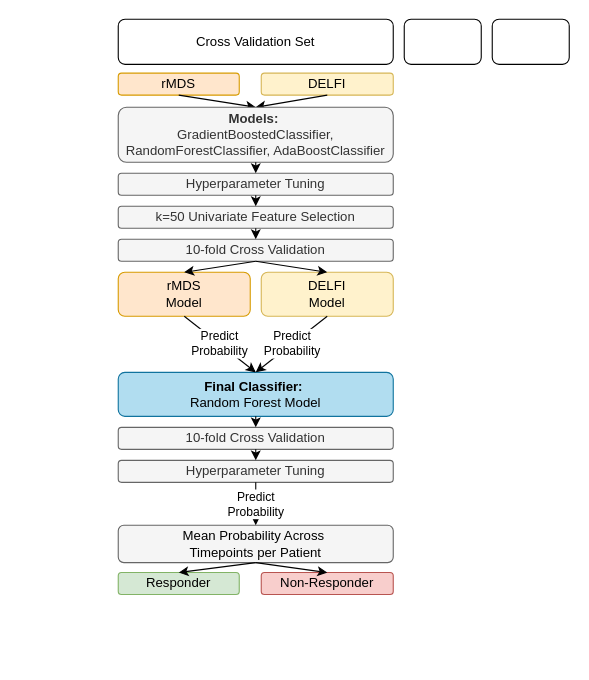
The draw.io diagram epifluidlab/F3A.drawio in bananasrlowkeygood/bananasrlowkeygood.github.io, before the edit. Source tidied: cells renumbered, new cells numbered last; positions are measured from the earlier drawing's top-left corner, leaving out a move shared by most shapes. Both pictures are drawn from the tidied source at 110%, with x=0, y=0 at pixel (118, 19).
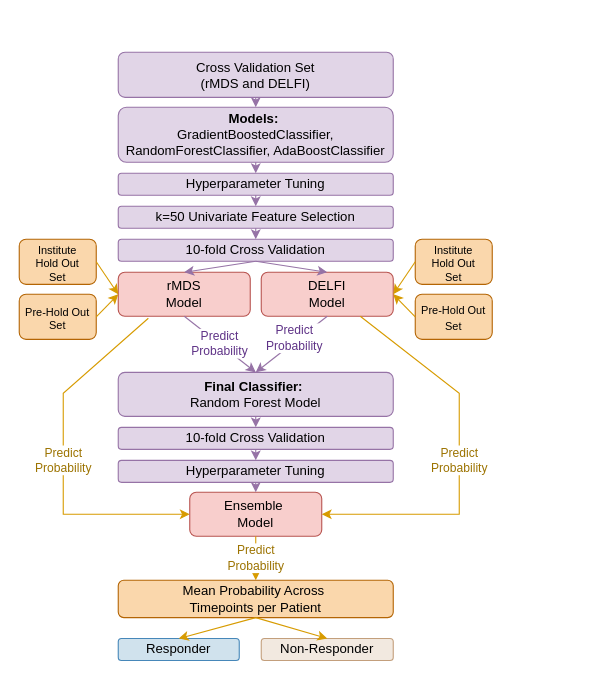
The same page after the edit.

Change to the diagram source:
```diff
@@
-    <mxCell id="2" value="rMDS" style="rounded=1;whiteSpace=wrap;html=1;fillColor=#ffe6cc;strokeColor=#d79b00;" parent="1" vertex="1">
-      <mxGeometry y="49" width="110" height="20" as="geometry" />
-    </mxCell>
-    <mxCell id="3" value="DELFI" style="rounded=1;whiteSpace=wrap;html=1;fillColor=#fff2cc;strokeColor=#d6b656;" parent="1" vertex="1">
-      <mxGeometry x="130" y="49" width="120" height="20" as="geometry" />
-    </mxCell>
-    <mxCell id="4" style="endArrow=classic;html=1;rounded=0;exitX=0.5;exitY=1;exitDx=0;exitDy=0;entryX=0.5;entryY=0;entryDx=0;entryDy=0;" parent="1" edge="1" source="2" target="6">
+    <mxCell id="4" style="endArrow=classic;html=1;rounded=0;exitX=0.5;exitY=1;exitDx=0;exitDy=0;entryX=0.5;entryY=0;entryDx=0;entryDy=0;fillColor=#e1d5e7;strokeColor=#9673a6;" parent="1" edge="1" source="30" target="6">
       <mxGeometry relative="1" as="geometry" />
     </mxCell>
-    <mxCell id="5" style="endArrow=classic;html=1;rounded=0;exitX=0.5;exitY=1;exitDx=0;exitDy=0;entryX=0.5;entryY=0;entryDx=0;entryDy=0;" parent="1" edge="1" source="3" target="6">
-      <mxGeometry relative="1" as="geometry" />
-    </mxCell>
-    <mxCell id="6" value="&lt;b&gt;Models:&amp;nbsp;&lt;/b&gt;&lt;div&gt;GradientBoostedClassifier, RandomForestClassifier, AdaBoostClassifier&lt;/div&gt;" style="rounded=1;whiteSpace=wrap;html=1;fillColor=#f5f5f5;fontColor=#333333;strokeColor=#666666;" parent="1" vertex="1">
+    <mxCell id="6" value="&lt;b&gt;Models:&amp;nbsp;&lt;/b&gt;&lt;div&gt;GradientBoostedClassifier, RandomForestClassifier, AdaBoostClassifier&lt;/div&gt;" style="rounded=1;whiteSpace=wrap;html=1;fillColor=#e1d5e7;strokeColor=#9673a6;" parent="1" vertex="1">
       <mxGeometry y="80" width="250" height="50" as="geometry" />
     </mxCell>
-    <mxCell id="7" value="Hyperparameter Tuning" style="rounded=1;whiteSpace=wrap;html=1;fillColor=#f5f5f5;fontColor=#333333;strokeColor=#666666;" parent="1" vertex="1">
+    <mxCell id="7" value="Hyperparameter Tuning" style="rounded=1;whiteSpace=wrap;html=1;fillColor=#e1d5e7;strokeColor=#9673a6;" parent="1" vertex="1">
       <mxGeometry y="140" width="250" height="20" as="geometry" />
     </mxCell>
-    <mxCell id="8" value="k=50 Univariate Feature Selection" style="rounded=1;whiteSpace=wrap;html=1;fillColor=#f5f5f5;fontColor=#333333;strokeColor=#666666;" parent="1" vertex="1">
+    <mxCell id="8" value="k=50 Univariate Feature Selection" style="rounded=1;whiteSpace=wrap;html=1;fillColor=#e1d5e7;strokeColor=#9673a6;" parent="1" vertex="1">
       <mxGeometry y="170" width="250" height="20" as="geometry" />
     </mxCell>
-    <mxCell id="9" value="10-fold Cross Validation" style="rounded=1;whiteSpace=wrap;html=1;fillColor=#f5f5f5;fontColor=#333333;strokeColor=#666666;" parent="1" vertex="1">
+    <mxCell id="9" value="10-fold Cross Validation" style="rounded=1;whiteSpace=wrap;html=1;fillColor=#e1d5e7;strokeColor=#9673a6;" parent="1" vertex="1">
       <mxGeometry y="200" width="250" height="20" as="geometry" />
     </mxCell>
-    <mxCell id="10" value="DELFI&lt;div&gt;Model&lt;/div&gt;" style="rounded=1;whiteSpace=wrap;html=1;fillColor=#fff2cc;strokeColor=#d6b656;" parent="1" vertex="1">
+    <mxCell id="10" value="DELFI&lt;div&gt;Model&lt;/div&gt;" style="rounded=1;whiteSpace=wrap;html=1;fillColor=#f8cecc;strokeColor=#b85450;" parent="1" vertex="1">
       <mxGeometry x="130" y="230" width="120" height="40" as="geometry" />
     </mxCell>
-    <mxCell id="11" value="rMDS&lt;div&gt;Model&lt;/div&gt;" style="rounded=1;whiteSpace=wrap;html=1;fillColor=#ffe6cc;strokeColor=#d79b00;" parent="1" vertex="1">
+    <mxCell id="11" value="rMDS&lt;div&gt;Model&lt;/div&gt;" style="rounded=1;whiteSpace=wrap;html=1;fillColor=#f8cecc;strokeColor=#b85450;" parent="1" vertex="1">
       <mxGeometry y="230" width="120" height="40" as="geometry" />
     </mxCell>
-    <mxCell id="12" style="endArrow=classic;html=1;rounded=0;exitX=0.5;exitY=1;exitDx=0;exitDy=0;entryX=0.5;entryY=0;entryDx=0;entryDy=0;" parent="1" edge="1" source="9" target="11">
+    <mxCell id="12" style="endArrow=classic;html=1;rounded=0;exitX=0.5;exitY=1;exitDx=0;exitDy=0;entryX=0.5;entryY=0;entryDx=0;entryDy=0;fillColor=#e1d5e7;strokeColor=#9673a6;" parent="1" edge="1" source="9" target="11">
       <mxGeometry relative="1" as="geometry" />
     </mxCell>
-    <mxCell id="13" style="endArrow=classic;html=1;rounded=0;exitX=0.5;exitY=1;exitDx=0;exitDy=0;entryX=0.5;entryY=0;entryDx=0;entryDy=0;" parent="1" edge="1" source="9" target="10">
+    <mxCell id="13" style="endArrow=classic;html=1;rounded=0;exitX=0.5;exitY=1;exitDx=0;exitDy=0;entryX=0.5;entryY=0;entryDx=0;entryDy=0;fillColor=#e1d5e7;strokeColor=#9673a6;" parent="1" edge="1" source="9" target="10">
       <mxGeometry relative="1" as="geometry" />
     </mxCell>
-    <mxCell id="14" value="&lt;b&gt;Final Classifier:&lt;/b&gt;&amp;nbsp;&lt;div&gt;Random Forest Model&lt;/div&gt;" style="rounded=1;whiteSpace=wrap;html=1;fillColor=#b1ddf0;strokeColor=#10739e;" parent="1" vertex="1">
+    <mxCell id="14" value="&lt;b&gt;Final Classifier:&lt;/b&gt;&amp;nbsp;&lt;div&gt;Random Forest Model&lt;/div&gt;" style="rounded=1;whiteSpace=wrap;html=1;fillColor=#e1d5e7;strokeColor=#9673a6;" parent="1" vertex="1">
       <mxGeometry y="321" width="250" height="40" as="geometry" />
     </mxCell>
-    <mxCell id="15" value="Hyperparameter Tuning" style="rounded=1;whiteSpace=wrap;html=1;fillColor=#f5f5f5;fontColor=#333333;strokeColor=#666666;" parent="1" vertex="1">
+    <mxCell id="15" value="Hyperparameter Tuning" style="rounded=1;whiteSpace=wrap;html=1;fillColor=#e1d5e7;strokeColor=#9673a6;" parent="1" vertex="1">
       <mxGeometry y="401" width="250" height="20" as="geometry" />
     </mxCell>
-    <mxCell id="16" value="10-fold Cross Validation" style="rounded=1;whiteSpace=wrap;html=1;fillColor=#f5f5f5;fontColor=#333333;strokeColor=#666666;" parent="1" vertex="1">
+    <mxCell id="16" value="10-fold Cross Validation" style="rounded=1;whiteSpace=wrap;html=1;fillColor=#e1d5e7;strokeColor=#9673a6;" parent="1" vertex="1">
       <mxGeometry y="371" width="250" height="20" as="geometry" />
     </mxCell>
-    <mxCell id="17" style="endArrow=classic;html=1;rounded=0;exitX=0.5;exitY=1;exitDx=0;exitDy=0;entryX=0.5;entryY=0;entryDx=0;entryDy=0;" parent="1" edge="1" source="6" target="7">
+    <mxCell id="17" style="endArrow=classic;html=1;rounded=0;exitX=0.5;exitY=1;exitDx=0;exitDy=0;entryX=0.5;entryY=0;entryDx=0;entryDy=0;fillColor=#e1d5e7;strokeColor=#9673a6;" parent="1" edge="1" source="6" target="7">
       <mxGeometry relative="1" as="geometry" />
     </mxCell>
-    <mxCell id="18" style="endArrow=classic;html=1;rounded=0;exitX=0.5;exitY=1;exitDx=0;exitDy=0;entryX=0.5;entryY=0;entryDx=0;entryDy=0;" parent="1" edge="1" source="7" target="8">
+    <mxCell id="18" style="endArrow=classic;html=1;rounded=0;exitX=0.5;exitY=1;exitDx=0;exitDy=0;entryX=0.5;entryY=0;entryDx=0;entryDy=0;fillColor=#e1d5e7;strokeColor=#9673a6;" parent="1" edge="1" source="7" target="8">
       <mxGeometry relative="1" as="geometry" />
     </mxCell>
-    <mxCell id="19" style="endArrow=classic;html=1;rounded=0;exitX=0.5;exitY=1;exitDx=0;exitDy=0;entryX=0.5;entryY=0;entryDx=0;entryDy=0;" parent="1" edge="1" source="8" target="9">
+    <mxCell id="19" style="endArrow=classic;html=1;rounded=0;exitX=0.5;exitY=1;exitDx=0;exitDy=0;entryX=0.5;entryY=0;entryDx=0;entryDy=0;fillColor=#e1d5e7;strokeColor=#9673a6;" parent="1" edge="1" source="8" target="9">
       <mxGeometry relative="1" as="geometry" />
     </mxCell>
-    <mxCell id="20" value="Predict&lt;div&gt;Probability&lt;/div&gt;" style="endArrow=classic;html=1;rounded=0;exitX=0.5;exitY=1;exitDx=0;exitDy=0;entryX=0.5;entryY=0;entryDx=0;entryDy=0;" parent="1" edge="1" source="11" target="14">
+    <mxCell id="20" value="&lt;span style=&quot;color: rgb(95, 51, 135);&quot;&gt;Predict&lt;/span&gt;&lt;div&gt;&lt;span style=&quot;color: rgb(95, 51, 135);&quot;&gt;Probability&lt;/span&gt;&lt;/div&gt;" style="endArrow=classic;html=1;rounded=0;exitX=0.5;exitY=1;exitDx=0;exitDy=0;entryX=0.5;entryY=0;entryDx=0;entryDy=0;fillColor=#e1d5e7;strokeColor=#9673a6;" parent="1" edge="1" source="11" target="14">
       <mxGeometry relative="1" as="geometry" />
     </mxCell>
-    <mxCell id="21" value="Predict&lt;div&gt;Probability&lt;/div&gt;" style="endArrow=classic;html=1;rounded=0;exitX=0.5;exitY=1;exitDx=0;exitDy=0;entryX=0.5;entryY=0;entryDx=0;entryDy=0;" parent="1" edge="1" source="10" target="14">
-      <mxGeometry relative="1" as="geometry" />
+    <mxCell id="21" value="&lt;span style=&quot;color: rgb(95, 51, 135);&quot;&gt;Predict&lt;/span&gt;&lt;div&gt;&lt;span style=&quot;color: rgb(95, 51, 135);&quot;&gt;Probability&lt;/span&gt;&lt;/div&gt;" style="endArrow=classic;html=1;rounded=0;exitX=0.5;exitY=1;exitDx=0;exitDy=0;entryX=0.5;entryY=0;entryDx=0;entryDy=0;fillColor=#e1d5e7;strokeColor=#9673a6;" parent="1" edge="1" source="10" target="14">
+      <mxGeometry x="-0.13" y="-3" relative="1" as="geometry" />
     </mxCell>
-    <mxCell id="22" style="endArrow=classic;html=1;rounded=0;exitX=0.5;exitY=1;exitDx=0;exitDy=0;entryX=0.5;entryY=0;entryDx=0;entryDy=0;" parent="1" edge="1" source="14" target="16">
+    <mxCell id="22" style="endArrow=classic;html=1;rounded=0;exitX=0.5;exitY=1;exitDx=0;exitDy=0;entryX=0.5;entryY=0;entryDx=0;entryDy=0;fillColor=#e1d5e7;strokeColor=#9673a6;" parent="1" edge="1" source="14" target="16">
       <mxGeometry relative="1" as="geometry" />
     </mxCell>
-    <mxCell id="23" style="endArrow=classic;html=1;rounded=0;exitX=0.5;exitY=1;exitDx=0;exitDy=0;entryX=0.5;entryY=0;entryDx=0;entryDy=0;" parent="1" edge="1" source="16" target="15">
+    <mxCell id="23" style="endArrow=classic;html=1;rounded=0;exitX=0.5;exitY=1;exitDx=0;exitDy=0;entryX=0.5;entryY=0;entryDx=0;entryDy=0;fillColor=#e1d5e7;strokeColor=#9673a6;" parent="1" edge="1" source="16" target="15">
       <mxGeometry relative="1" as="geometry" />
     </mxCell>
-    <mxCell id="24" value="&lt;span style=&quot;text-align: start; caret-color: rgb(0, 0, 0); color: rgb(0, 0, 0);&quot;&gt;Mean Probability Across&amp;nbsp;&lt;/span&gt;&lt;div&gt;&lt;span style=&quot;text-align: start; caret-color: rgb(0, 0, 0); color: rgb(0, 0, 0);&quot;&gt;Timepoints per Patient&lt;/span&gt;&lt;br&gt;&lt;/div&gt;" style="rounded=1;whiteSpace=wrap;html=1;fillColor=#f5f5f5;fontColor=#333333;strokeColor=#666666;" parent="1" vertex="1">
-      <mxGeometry y="460" width="250" height="34" as="geometry" />
+    <mxCell id="24" value="&lt;span style=&quot;text-align: start; caret-color: rgb(0, 0, 0); color: rgb(0, 0, 0);&quot;&gt;Mean Probability Across&amp;nbsp;&lt;/span&gt;&lt;div&gt;&lt;span style=&quot;text-align: start; caret-color: rgb(0, 0, 0); color: rgb(0, 0, 0);&quot;&gt;Timepoints per Patient&lt;/span&gt;&lt;br&gt;&lt;/div&gt;" style="rounded=1;whiteSpace=wrap;html=1;fillColor=#fad7ac;strokeColor=#b46504;" parent="1" vertex="1">
+      <mxGeometry y="510" width="250" height="34" as="geometry" />
     </mxCell>
-    <mxCell id="25" value="Predict&lt;div&gt;Probability&lt;/div&gt;" style="endArrow=classic;html=1;rounded=0;exitX=0.5;exitY=1;exitDx=0;exitDy=0;entryX=0.5;entryY=0;entryDx=0;entryDy=0;" parent="1" edge="1" source="15" target="24">
-      <mxGeometry relative="1" as="geometry" />
-    </mxCell>
-    <mxCell id="26" value="Responder" style="rounded=1;whiteSpace=wrap;html=1;fillColor=#d5e8d4;strokeColor=#82b366;" parent="1" vertex="1">
-      <mxGeometry y="503" width="110" height="20" as="geometry" />
+    <mxCell id="26" value="Responder" style="rounded=1;whiteSpace=wrap;html=1;fillColor=#D0E2ED;strokeColor=#4687B9;" parent="1" vertex="1">
+      <mxGeometry y="563" width="110" height="20" as="geometry" />
     </mxCell>
-    <mxCell id="27" value="Non-Responder" style="rounded=1;whiteSpace=wrap;html=1;fillColor=#f8cecc;strokeColor=#b85450;" parent="1" vertex="1">
-      <mxGeometry x="130" y="503" width="120" height="20" as="geometry" />
+    <mxCell id="27" value="Non-Responder" style="rounded=1;whiteSpace=wrap;html=1;fillColor=#F2E9E0;strokeColor=#C39F7C;" parent="1" vertex="1">
+      <mxGeometry x="130" y="563" width="120" height="20" as="geometry" />
     </mxCell>
-    <mxCell id="28" style="endArrow=classic;html=1;rounded=0;exitX=0.5;exitY=1;exitDx=0;exitDy=0;entryX=0.5;entryY=0;entryDx=0;entryDy=0;" parent="1" edge="1" source="24" target="26">
+    <mxCell id="28" style="endArrow=classic;html=1;rounded=0;exitX=0.5;exitY=1;exitDx=0;exitDy=0;entryX=0.5;entryY=0;entryDx=0;entryDy=0;fillColor=#ffe6cc;strokeColor=#d79b00;" parent="1" edge="1" source="24" target="26">
       <mxGeometry relative="1" as="geometry" />
     </mxCell>
-    <mxCell id="29" style="endArrow=classic;html=1;rounded=0;exitX=0.5;exitY=1;exitDx=0;exitDy=0;entryX=0.5;entryY=0;entryDx=0;entryDy=0;" parent="1" edge="1" source="24" target="27">
+    <mxCell id="29" style="endArrow=classic;html=1;rounded=0;exitX=0.5;exitY=1;exitDx=0;exitDy=0;entryX=0.5;entryY=0;entryDx=0;entryDy=0;fillColor=#ffe6cc;strokeColor=#d79b00;" parent="1" edge="1" source="24" target="27">
       <mxGeometry relative="1" as="geometry" />
     </mxCell>
-    <mxCell id="30" value="Cross Validation Set" style="rounded=1;whiteSpace=wrap;html=1;" parent="1" vertex="1">
-      <mxGeometry width="250" height="41" as="geometry" />
+    <mxCell id="30" value="Cross Validation Set&lt;div&gt;(rMDS and DELFI)&lt;/div&gt;" style="rounded=1;whiteSpace=wrap;html=1;fillColor=#e1d5e7;strokeColor=#9673a6;" parent="1" vertex="1">
+      <mxGeometry y="30" width="250" height="41" as="geometry" />
     </mxCell>
-    <mxCell id="31" style="rounded=1;whiteSpace=wrap;html=1;" parent="1" vertex="1">
-      <mxGeometry x="260" width="70" height="41" as="geometry" />
+    <mxCell id="31" value="&lt;div style=&quot;line-height: 100%;&quot;&gt;&lt;font style=&quot;font-size: 10px; line-height: 100%;&quot;&gt;Institute&lt;/font&gt;&lt;div&gt;&lt;font style=&quot;font-size: 10px; line-height: 100%;&quot;&gt;Hold Out&lt;/font&gt;&lt;/div&gt;&lt;div&gt;&lt;font style=&quot;font-size: 10px; line-height: 100%;&quot;&gt;Set&lt;/font&gt;&lt;/div&gt;&lt;/div&gt;" style="rounded=1;whiteSpace=wrap;html=1;fillColor=#fad7ac;strokeColor=#b46504;" parent="1" vertex="1">
+      <mxGeometry x="-90" y="200" width="70" height="41" as="geometry" />
     </mxCell>
-    <mxCell id="32" style="rounded=1;whiteSpace=wrap;html=1;" parent="1" vertex="1">
-      <mxGeometry x="340" width="70" height="41" as="geometry" />
+    <mxCell id="32" value="&lt;div style=&quot;line-height: 100%;&quot;&gt;&lt;font style=&quot;font-size: 10px; line-height: 100%;&quot;&gt;Pre-Hold Out&lt;/font&gt;&lt;div&gt;&lt;font style=&quot;font-size: 10px; line-height: 100%;&quot;&gt;Set&lt;/font&gt;&lt;/div&gt;&lt;/div&gt;" style="rounded=1;whiteSpace=wrap;html=1;fillColor=#fad7ac;strokeColor=#b46504;" parent="1" vertex="1">
+      <mxGeometry x="-90" y="250" width="70" height="41" as="geometry" />
     </mxCell>
+    <mxCell id="33" value="&lt;div style=&quot;line-height: 100%;&quot;&gt;&lt;font style=&quot;font-size: 10px; line-height: 100%;&quot;&gt;Institute&lt;/font&gt;&lt;div&gt;&lt;font style=&quot;font-size: 10px; line-height: 100%;&quot;&gt;Hold Out&lt;/font&gt;&lt;/div&gt;&lt;div&gt;&lt;font style=&quot;font-size: 10px; line-height: 100%;&quot;&gt;Set&lt;/font&gt;&lt;/div&gt;&lt;/div&gt;" style="rounded=1;whiteSpace=wrap;html=1;fillColor=#fad7ac;strokeColor=#b46504;" parent="1" vertex="1">
+      <mxGeometry x="270" y="200" width="70" height="41" as="geometry" />
+    </mxCell>
+    <mxCell id="34" value="&lt;font style=&quot;font-size: 10px; line-height: 100%;&quot;&gt;Pre-Hold Out&lt;/font&gt;&lt;div&gt;&lt;font style=&quot;font-size: 10px; line-height: 100%;&quot;&gt;Set&lt;/font&gt;&lt;/div&gt;" style="rounded=1;whiteSpace=wrap;html=1;fillColor=#fad7ac;strokeColor=#b46504;" parent="1" vertex="1">
+      <mxGeometry x="270" y="250" width="70" height="41" as="geometry" />
+    </mxCell>
+    <mxCell id="35" style="endArrow=classic;html=1;rounded=0;exitX=1;exitY=0.5;exitDx=0;exitDy=0;entryX=0;entryY=0.5;entryDx=0;entryDy=0;fillColor=#ffe6cc;strokeColor=#d79b00;" parent="1" edge="1" source="31" target="11">
+      <mxGeometry relative="1" as="geometry" />
+    </mxCell>
+    <mxCell id="36" style="endArrow=classic;html=1;rounded=0;exitX=1;exitY=0.5;exitDx=0;exitDy=0;entryX=0;entryY=0.5;entryDx=0;entryDy=0;fillColor=#ffe6cc;strokeColor=#d79b00;" parent="1" edge="1" source="32" target="11">
+      <mxGeometry relative="1" as="geometry" />
+    </mxCell>
+    <mxCell id="37" style="endArrow=classic;html=1;rounded=0;exitX=0;exitY=0.5;exitDx=0;exitDy=0;entryX=1;entryY=0.5;entryDx=0;entryDy=0;fillColor=#ffe6cc;strokeColor=#d79b00;" parent="1" edge="1" source="33" target="10">
+      <mxGeometry relative="1" as="geometry" />
+    </mxCell>
+    <mxCell id="38" style="endArrow=classic;html=1;rounded=0;exitX=0;exitY=0.5;exitDx=0;exitDy=0;fillColor=#ffe6cc;strokeColor=#d79b00;" parent="1" edge="1" source="34">
+      <mxGeometry relative="1" as="geometry">
+        <mxPoint x="250" y="250" as="targetPoint" />
+      </mxGeometry>
+    </mxCell>
+    <mxCell id="39" value="&lt;span style=&quot;color: rgb(156, 115, 0);&quot;&gt;Predict&lt;/span&gt;&lt;div&gt;&lt;span style=&quot;color: rgb(156, 115, 0);&quot;&gt;Probability&lt;/span&gt;&lt;/div&gt;" style="endArrow=classic;html=1;rounded=0;exitX=0.228;exitY=1.045;exitDx=0;exitDy=0;fillColor=#ffe6cc;strokeColor=#d79b00;entryX=0;entryY=0.5;entryDx=0;entryDy=0;exitPerimeter=0;" parent="1" edge="1" source="11" target="40">
+      <mxGeometry relative="1" as="geometry">
+        <Array as="points">
+          <mxPoint x="-50" y="340" />
+          <mxPoint x="-50" y="450" />
+        </Array>
+      </mxGeometry>
+    </mxCell>
+    <mxCell id="40" value="Ensemble&amp;nbsp;&lt;div&gt;Model&lt;/div&gt;" style="rounded=1;whiteSpace=wrap;html=1;fillColor=#f8cecc;strokeColor=#b85450;" parent="1" vertex="1">
+      <mxGeometry x="65" y="430" width="120" height="40" as="geometry" />
+    </mxCell>
+    <mxCell id="41" value="&lt;span style=&quot;color: rgb(156, 115, 0);&quot;&gt;Predict&lt;/span&gt;&lt;div&gt;&lt;span style=&quot;color: rgb(156, 115, 0);&quot;&gt;Probability&lt;/span&gt;&lt;/div&gt;" style="endArrow=classic;html=1;rounded=0;exitX=0.75;exitY=1;exitDx=0;exitDy=0;fillColor=#ffe6cc;strokeColor=#d79b00;entryX=1;entryY=0.5;entryDx=0;entryDy=0;" parent="1" edge="1" source="10" target="40">
+      <mxGeometry relative="1" as="geometry">
+        <Array as="points">
+          <mxPoint x="310" y="340" />
+          <mxPoint x="310" y="450" />
+        </Array>
+      </mxGeometry>
+    </mxCell>
+    <mxCell id="42" style="endArrow=classic;html=1;rounded=0;exitX=0.5;exitY=1;exitDx=0;exitDy=0;fillColor=#e1d5e7;strokeColor=#9673a6;" parent="1" edge="1" source="15" target="40">
+      <mxGeometry relative="1" as="geometry" />
+    </mxCell>
+    <mxCell id="43" value="&lt;span style=&quot;color: rgb(156, 115, 0);&quot;&gt;Predict&lt;/span&gt;&lt;div&gt;&lt;span style=&quot;color: rgb(156, 115, 0);&quot;&gt;Probability&lt;/span&gt;&lt;/div&gt;" style="endArrow=classic;html=1;rounded=0;exitX=0.5;exitY=1;exitDx=0;exitDy=0;entryX=0.5;entryY=0;entryDx=0;entryDy=0;fillColor=#ffe6cc;strokeColor=#d79b00;" parent="1" edge="1" source="40" target="24">
+      <mxGeometry relative="1" as="geometry" />
+    </mxCell>
```
